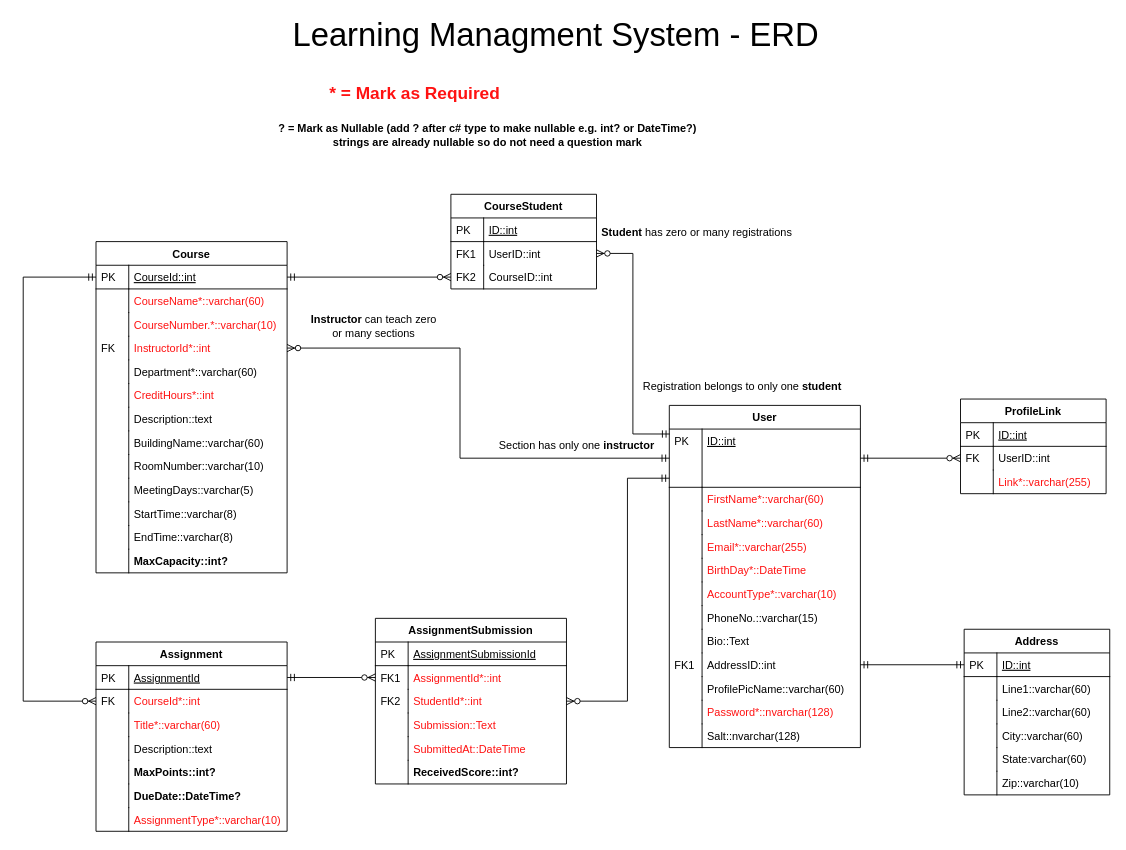
Before: final_project/Docs/LMS ERD.drawio in hansonsa12/CS-3750-Project, a draw.io diagram. Source tidied: cells renumbered, new cells numbered last; positions are measured from the earlier drawing's top-left corner, leaving out a move shared by most shapes. Both pictures are drawn from the tidied source at 91%, with x=0, y=0 at pixel (23, 21).
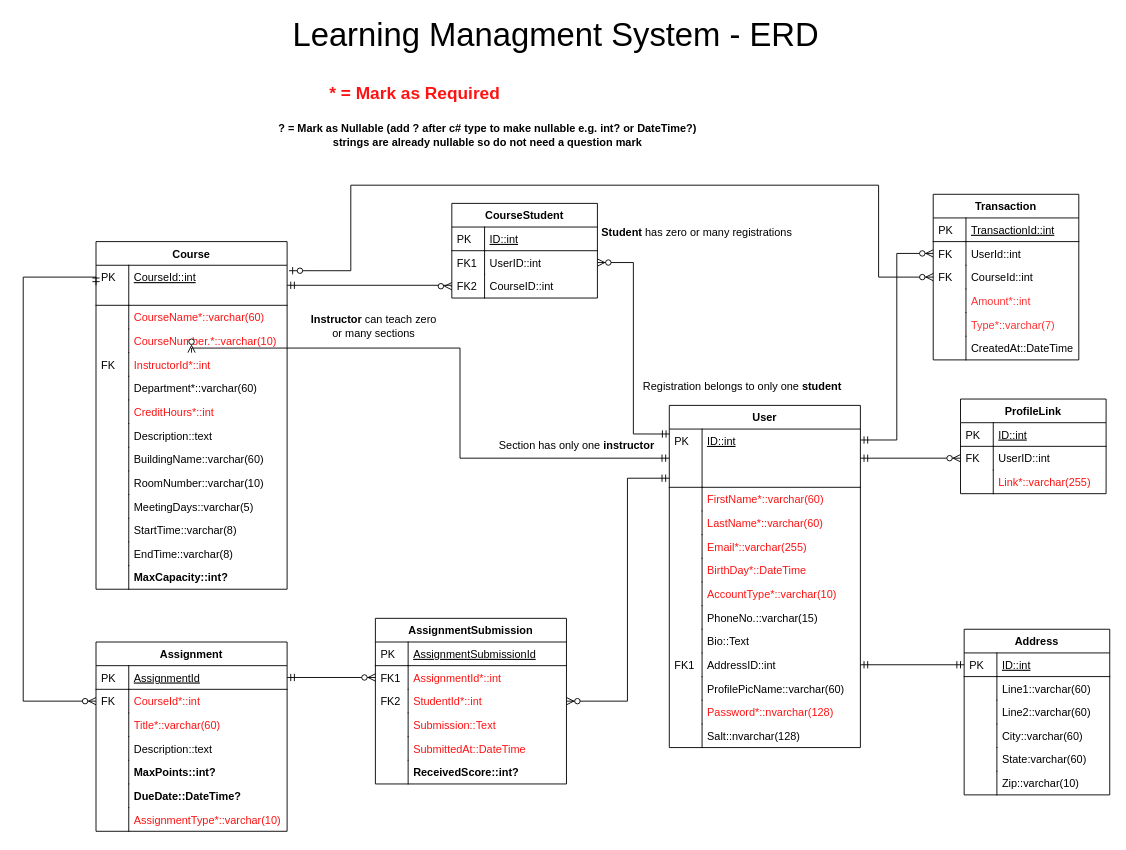
After the change.

Unchanged cells that the change refers to:
```xml
<mxCell id="3" value="ID::int" style="shape=partialRectangle;top=0;left=0;right=0;bottom=1;align=left;verticalAlign=top;fillColor=none;spacingLeft=40;spacingRight=4;overflow=hidden;points=[[0,0.5],[1,0.5]];portConstraint=eastwest;rounded=0;shadow=0;strokeWidth=1;fontStyle=4;" parent="2" vertex="1">
  <mxGeometry y="26" width="210" height="64" as="geometry" />
</mxCell>
<mxCell id="59" value="CourseID::int" style="shape=partialRectangle;top=0;left=0;right=0;bottom=0;align=left;verticalAlign=top;fillColor=none;spacingLeft=40;spacingRight=4;overflow=hidden;points=[[0,0.5],[1,0.5]];portConstraint=eastwest;rounded=0;shadow=0;strokeWidth=1;" parent="54" vertex="1">
  <mxGeometry y="78" width="160" height="26" as="geometry" />
</mxCell>
```

Diff of the diagram source:
```diff
@@
     <mxCell id="27" value="Course" style="swimlane;fontStyle=1;horizontal=1;startSize=26;rounded=0;shadow=0;strokeWidth=1;" parent="1" vertex="1">
-      <mxGeometry x="80" y="242" width="210" height="364" as="geometry" />
+      <mxGeometry x="80" y="242" width="210" height="382" as="geometry" />
     </mxCell>
     <mxCell id="28" value="CourseId::int" style="shape=partialRectangle;top=0;left=0;right=0;bottom=1;align=left;verticalAlign=top;fillColor=none;spacingLeft=40;spacingRight=4;overflow=hidden;points=[[0,0.5],[1,0.5]];portConstraint=eastwest;rounded=0;shadow=0;strokeWidth=1;fontStyle=4;" parent="27" vertex="1">
-      <mxGeometry y="26" width="210" height="26" as="geometry" />
+      <mxGeometry y="26" width="210" height="44" as="geometry" />
     </mxCell>
     <mxCell id="29" value="PK" style="shape=partialRectangle;top=0;left=0;bottom=0;fillColor=none;align=left;verticalAlign=top;spacingLeft=4;spacingRight=4;overflow=hidden;" parent="28" vertex="1">
-      <mxGeometry width="36" height="26" as="geometry" />
+      <mxGeometry width="36" height="44" as="geometry" />
     </mxCell>
     <mxCell id="30" value="CourseName*::varchar(60)" style="shape=partialRectangle;top=0;left=0;right=0;bottom=0;align=left;verticalAlign=top;fillColor=none;spacingLeft=40;spacingRight=4;overflow=hidden;rounded=0;shadow=0;strokeWidth=1;fontColor=#FF1212;" parent="27" vertex="1">
-      <mxGeometry y="52" width="210" height="26" as="geometry" />
+      <mxGeometry y="70" width="210" height="26" as="geometry" />
     </mxCell>
@@
     <mxCell id="32" value="CourseNumber.*::varchar(10)" style="shape=partialRectangle;top=0;left=0;right=0;bottom=0;align=left;verticalAlign=top;fillColor=none;spacingLeft=40;spacingRight=4;overflow=hidden;rounded=0;shadow=0;strokeWidth=1;fontColor=#FF1212;" parent="27" vertex="1">
-      <mxGeometry y="78" width="210" height="26" as="geometry" />
+      <mxGeometry y="96" width="210" height="26" as="geometry" />
     </mxCell>
@@
     <mxCell id="34" value="InstructorId*::int" style="shape=partialRectangle;top=0;left=0;right=0;bottom=0;align=left;verticalAlign=top;fillColor=none;spacingLeft=40;spacingRight=4;overflow=hidden;points=[[0,0.5],[1,0.5]];portConstraint=eastwest;rounded=0;shadow=0;strokeWidth=1;fontColor=#FF1212;" parent="27" vertex="1">
-      <mxGeometry y="104" width="210" height="26" as="geometry" />
+      <mxGeometry y="122" width="210" height="26" as="geometry" />
     </mxCell>
@@
     <mxCell id="36" value="Department*::varchar(60)" style="shape=partialRectangle;top=0;left=0;right=0;bottom=0;align=left;verticalAlign=top;fillColor=none;spacingLeft=40;spacingRight=4;overflow=hidden;rounded=0;shadow=0;strokeWidth=1;" parent="27" vertex="1">
-      <mxGeometry y="130" width="210" height="26" as="geometry" />
+      <mxGeometry y="148" width="210" height="26" as="geometry" />
     </mxCell>
@@
     <mxCell id="38" value="CreditHours*::int" style="shape=partialRectangle;top=0;left=0;right=0;bottom=0;align=left;verticalAlign=top;fillColor=none;spacingLeft=40;spacingRight=4;overflow=hidden;rounded=0;shadow=0;strokeWidth=1;fontColor=#FF1212;" parent="27" vertex="1">
-      <mxGeometry y="156" width="210" height="26" as="geometry" />
+      <mxGeometry y="174" width="210" height="26" as="geometry" />
     </mxCell>
@@
     <mxCell id="40" value="Description::text" style="shape=partialRectangle;top=0;left=0;right=0;bottom=0;align=left;verticalAlign=top;fillColor=none;spacingLeft=40;spacingRight=4;overflow=hidden;rounded=0;shadow=0;strokeWidth=1;" parent="27" vertex="1">
-      <mxGeometry y="182" width="210" height="26" as="geometry" />
+      <mxGeometry y="200" width="210" height="26" as="geometry" />
     </mxCell>
@@
     <mxCell id="42" value="BuildingName::varchar(60)" style="shape=partialRectangle;top=0;left=0;right=0;bottom=0;align=left;verticalAlign=top;fillColor=none;spacingLeft=40;spacingRight=4;overflow=hidden;rounded=0;shadow=0;strokeWidth=1;" parent="27" vertex="1">
-      <mxGeometry y="208" width="210" height="26" as="geometry" />
+      <mxGeometry y="226" width="210" height="26" as="geometry" />
     </mxCell>
@@
     <mxCell id="44" value="RoomNumber::varchar(10)" style="shape=partialRectangle;top=0;left=0;right=0;bottom=0;align=left;verticalAlign=top;fillColor=none;spacingLeft=40;spacingRight=4;overflow=hidden;rounded=0;shadow=0;strokeWidth=1;" parent="27" vertex="1">
-      <mxGeometry y="234" width="210" height="26" as="geometry" />
+      <mxGeometry y="252" width="210" height="26" as="geometry" />
     </mxCell>
@@
     <mxCell id="46" value="MeetingDays::varchar(5)" style="shape=partialRectangle;top=0;left=0;right=0;bottom=0;align=left;verticalAlign=top;fillColor=none;spacingLeft=40;spacingRight=4;overflow=hidden;rounded=0;shadow=0;strokeWidth=1;" parent="27" vertex="1">
-      <mxGeometry y="260" width="210" height="26" as="geometry" />
+      <mxGeometry y="278" width="210" height="26" as="geometry" />
     </mxCell>
@@
     <mxCell id="48" value="StartTime::varchar(8)" style="shape=partialRectangle;top=0;left=0;right=0;bottom=0;align=left;verticalAlign=top;fillColor=none;spacingLeft=40;spacingRight=4;overflow=hidden;rounded=0;shadow=0;strokeWidth=1;" parent="27" vertex="1">
-      <mxGeometry y="286" width="210" height="26" as="geometry" />
+      <mxGeometry y="304" width="210" height="26" as="geometry" />
     </mxCell>
@@
     <mxCell id="50" value="EndTime::varchar(8)" style="shape=partialRectangle;top=0;left=0;right=0;bottom=0;align=left;verticalAlign=top;fillColor=none;spacingLeft=40;spacingRight=4;overflow=hidden;rounded=0;shadow=0;strokeWidth=1;" parent="27" vertex="1">
-      <mxGeometry y="312" width="210" height="26" as="geometry" />
+      <mxGeometry y="330" width="210" height="26" as="geometry" />
     </mxCell>
@@
     <mxCell id="52" value="MaxCapacity::int?" style="shape=partialRectangle;top=0;left=0;right=0;bottom=0;align=left;verticalAlign=top;fillColor=none;spacingLeft=40;spacingRight=4;overflow=hidden;rounded=0;shadow=0;strokeWidth=1;fontStyle=1;" parent="27" vertex="1">
-      <mxGeometry y="338" width="210" height="26" as="geometry" />
+      <mxGeometry y="356" width="210" height="26" as="geometry" />
     </mxCell>
@@
     <mxCell id="54" value="CourseStudent" style="swimlane;fontStyle=1;horizontal=1;startSize=26;rounded=0;shadow=0;strokeWidth=1;" parent="1" vertex="1">
-      <mxGeometry x="470" y="190" width="160" height="104" as="geometry" />
+      <mxGeometry x="471" y="200" width="160" height="104" as="geometry" />
     </mxCell>
@@
     <mxCell id="61" style="edgeStyle=orthogonalEdgeStyle;rounded=0;jettySize=auto;html=1;exitX=0;exitY=0.5;exitDx=0;exitDy=0;entryX=1;entryY=0.5;entryDx=0;entryDy=0;startArrow=ERzeroToMany;startFill=1;endArrow=ERmandOne;endFill=0;" parent="1" edge="1" source="59" target="28">
-      <mxGeometry relative="1" as="geometry" />
+      <mxGeometry relative="1" as="geometry">
+        <Array as="points">
+          <mxPoint x="470" y="290" />
+        </Array>
+      </mxGeometry>
     </mxCell>
@@
+    <mxCell id="124" value="Transaction" style="swimlane;fontStyle=1;horizontal=1;startSize=26;rounded=0;shadow=0;strokeWidth=1;" parent="1" vertex="1">
+      <mxGeometry x="1000" y="190" width="160" height="182" as="geometry" />
+    </mxCell>
+    <mxCell id="125" value="TransactionId::int" style="shape=partialRectangle;top=0;left=0;right=0;bottom=1;align=left;verticalAlign=top;fillColor=none;spacingLeft=40;spacingRight=4;overflow=hidden;rounded=0;shadow=0;strokeWidth=1;fontStyle=4;" parent="124" vertex="1">
+      <mxGeometry y="26" width="160" height="26" as="geometry" />
+    </mxCell>
+    <mxCell id="126" value="PK" style="shape=partialRectangle;top=0;left=0;bottom=0;fillColor=none;align=left;verticalAlign=top;spacingLeft=4;spacingRight=4;overflow=hidden;" parent="125" vertex="1">
+      <mxGeometry width="36" height="26" as="geometry" />
+    </mxCell>
+    <mxCell id="127" value="UserId::int" style="shape=partialRectangle;top=0;left=0;right=0;bottom=0;align=left;verticalAlign=top;fillColor=none;spacingLeft=40;spacingRight=4;overflow=hidden;points=[[0,0.5],[1,0.5]];portConstraint=eastwest;rounded=0;shadow=0;strokeWidth=1;" parent="124" vertex="1">
+      <mxGeometry y="52" width="160" height="26" as="geometry" />
+    </mxCell>
+    <mxCell id="128" value="FK" style="shape=partialRectangle;top=0;left=0;bottom=0;fillColor=none;align=left;verticalAlign=top;spacingLeft=4;spacingRight=4;overflow=hidden;" parent="127" vertex="1">
+      <mxGeometry width="36" height="26" as="geometry" />
+    </mxCell>
+    <mxCell id="129" value="CourseId::int" style="shape=partialRectangle;top=0;left=0;right=0;bottom=0;align=left;verticalAlign=top;fillColor=none;spacingLeft=40;spacingRight=4;overflow=hidden;points=[[0,0.5],[1,0.5]];portConstraint=eastwest;rounded=0;shadow=0;strokeWidth=1;" parent="124" vertex="1">
+      <mxGeometry y="78" width="160" height="26" as="geometry" />
+    </mxCell>
+    <mxCell id="130" value="FK" style="shape=partialRectangle;top=0;left=0;bottom=0;fillColor=none;align=left;verticalAlign=top;spacingLeft=4;spacingRight=4;overflow=hidden;" parent="129" vertex="1">
+      <mxGeometry width="36" height="26" as="geometry" />
+    </mxCell>
+    <mxCell id="131" value="Amount*::int" style="shape=partialRectangle;top=0;left=0;right=0;bottom=0;align=left;verticalAlign=top;fillColor=none;spacingLeft=40;spacingRight=4;overflow=hidden;rounded=0;shadow=0;strokeWidth=1;fontColor=#FF3333;" parent="124" vertex="1">
+      <mxGeometry y="104" width="160" height="26" as="geometry" />
+    </mxCell>
+    <mxCell id="132" style="shape=partialRectangle;top=0;left=0;bottom=0;fillColor=none;align=left;verticalAlign=top;spacingLeft=4;spacingRight=4;overflow=hidden;" parent="131" vertex="1">
+      <mxGeometry width="36" height="26" as="geometry" />
+    </mxCell>
+    <mxCell id="133" value="Type*::varchar(7)" style="shape=partialRectangle;top=0;left=0;right=0;bottom=0;align=left;verticalAlign=top;fillColor=none;spacingLeft=40;spacingRight=4;overflow=hidden;rounded=0;shadow=0;strokeWidth=1;strokeColor=#FF3333;fontColor=#FF3333;" parent="124" vertex="1">
+      <mxGeometry y="130" width="160" height="26" as="geometry" />
+    </mxCell>
+    <mxCell id="134" style="shape=partialRectangle;top=0;left=0;bottom=0;fillColor=none;align=left;verticalAlign=top;spacingLeft=4;spacingRight=4;overflow=hidden;" parent="133" vertex="1">
+      <mxGeometry width="36" height="26" as="geometry" />
+    </mxCell>
+    <mxCell id="135" value="CreatedAt::DateTime" style="shape=partialRectangle;top=0;left=0;right=0;bottom=0;align=left;verticalAlign=top;fillColor=none;spacingLeft=40;spacingRight=4;overflow=hidden;rounded=0;shadow=0;strokeWidth=1;" parent="124" vertex="1">
+      <mxGeometry y="156" width="160" height="26" as="geometry" />
+    </mxCell>
+    <mxCell id="136" style="shape=partialRectangle;top=0;left=0;bottom=0;fillColor=none;align=left;verticalAlign=top;spacingLeft=4;spacingRight=4;overflow=hidden;" parent="135" vertex="1">
+      <mxGeometry width="36" height="26" as="geometry" />
+    </mxCell>
+    <mxCell id="137" style="edgeStyle=orthogonalEdgeStyle;rounded=0;jettySize=auto;html=1;exitX=0;exitY=0.5;exitDx=0;exitDy=0;endArrow=ERmandOne;endFill=0;startArrow=ERzeroToMany;startFill=1;" parent="1" edge="1" source="127" target="3">
+      <mxGeometry relative="1" as="geometry">
+        <Array as="points">
+          <mxPoint x="960" y="255" />
+          <mxPoint x="960" y="460" />
+        </Array>
+      </mxGeometry>
+    </mxCell>
+    <mxCell id="138" style="edgeStyle=orthogonalEdgeStyle;rounded=0;jettySize=auto;html=1;exitX=0;exitY=0.5;exitDx=0;exitDy=0;startArrow=ERzeroToMany;startFill=1;endArrow=ERzeroToOne;endFill=1;entryX=1.01;entryY=0.136;entryDx=0;entryDy=0;entryPerimeter=0;" parent="1" edge="1" source="129" target="28">
+      <mxGeometry relative="1" as="geometry">
+        <Array as="points">
+          <mxPoint x="940" y="281" />
+          <mxPoint x="940" y="180" />
+          <mxPoint x="360" y="180" />
+          <mxPoint x="360" y="274" />
+        </Array>
+      </mxGeometry>
+    </mxCell>
```
